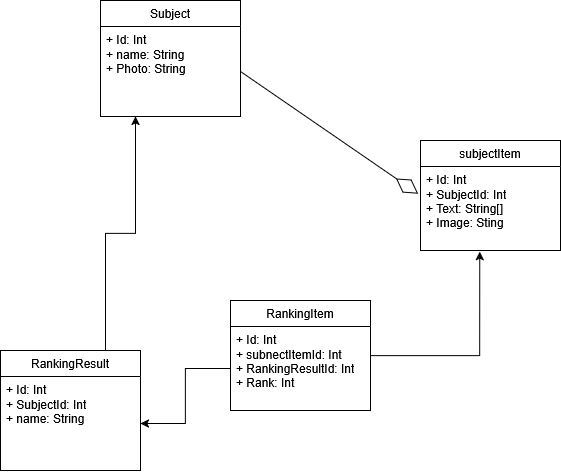
Above: Uml.drawio.png in kul-brugge-prog-techniques-2025-2026/RankingAppin4K (draw.io), before the change. Source tidied: cells renumbered, new cells last; positions are measured from the earlier drawing's top-left corner, leaving out a move shared by most shapes.
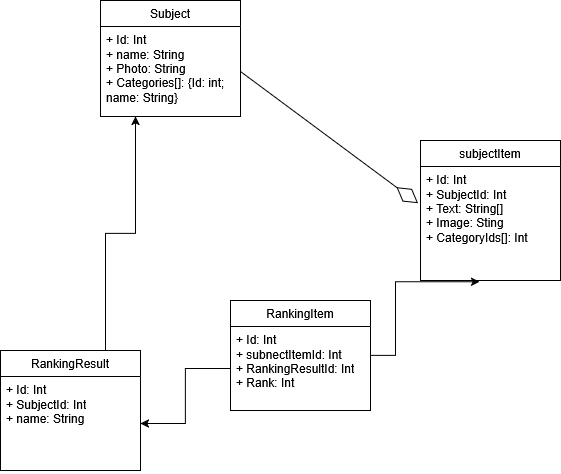
Later version of the same file.

Commit message:
Uml + Rename class business

What changed in the source:
```diff
@@ -5,14 +5,14 @@
     <mxCell id="2" value="Subject" style="swimlane;fontStyle=0;horizontal=1;startSize=26;fillColor=none;whiteSpace=wrap;html=1;" parent="1" vertex="1">
       <mxGeometry x="100" width="140" height="116" as="geometry" />
     </mxCell>
-    <mxCell id="3" value="&lt;div&gt;+ Id: Int&lt;/div&gt;&lt;div&gt;+ name: String&lt;/div&gt;&lt;div&gt;+ Photo: String&lt;/div&gt;" style="text;strokeColor=none;fillColor=none;align=left;verticalAlign=top;spacingLeft=4;spacingRight=4;overflow=hidden;points=[[0,0.5],[1,0.5]];portConstraint=eastwest;whiteSpace=wrap;html=1;" parent="2" vertex="1">
+    <mxCell id="3" value="&lt;div&gt;+ Id: Int&lt;/div&gt;&lt;div&gt;+ name: String&lt;/div&gt;&lt;div&gt;+ Photo: String&lt;/div&gt;&lt;div&gt;+ Categories[]: {Id: int; name: String}&lt;/div&gt;" style="text;strokeColor=none;fillColor=none;align=left;verticalAlign=top;spacingLeft=4;spacingRight=4;overflow=hidden;points=[[0,0.5],[1,0.5]];portConstraint=eastwest;whiteSpace=wrap;html=1;" parent="2" vertex="1">
       <mxGeometry y="26" width="140" height="90" as="geometry" />
     </mxCell>
     <mxCell id="4" value="subjectItem" style="swimlane;fontStyle=0;horizontal=1;startSize=26;fillColor=none;whiteSpace=wrap;html=1;" parent="1" vertex="1">
-      <mxGeometry x="420" y="140" width="140" height="110" as="geometry" />
+      <mxGeometry x="420" y="140" width="140" height="140" as="geometry" />
     </mxCell>
-    <mxCell id="5" value="&lt;div&gt;+ Id: Int&lt;/div&gt;&lt;div&gt;+ SubjectId: Int&lt;/div&gt;&lt;div&gt;+ Text: String[]&lt;/div&gt;&lt;div&gt;+ Image: Sting&lt;/div&gt;&lt;div&gt;&lt;br&gt;&lt;/div&gt;" style="text;strokeColor=none;fillColor=none;align=left;verticalAlign=top;spacingLeft=4;spacingRight=4;overflow=hidden;points=[[0,0.5],[1,0.5]];portConstraint=eastwest;whiteSpace=wrap;html=1;" parent="4" vertex="1">
-      <mxGeometry y="26" width="140" height="84" as="geometry" />
+    <mxCell id="5" value="&lt;div&gt;+ Id: Int&lt;/div&gt;&lt;div&gt;+ SubjectId: Int&lt;/div&gt;&lt;div&gt;+ Text: String[]&lt;/div&gt;&lt;div&gt;+ Image: Sting&lt;/div&gt;&lt;div&gt;+ CategoryIds[]: Int&lt;/div&gt;" style="text;strokeColor=none;fillColor=none;align=left;verticalAlign=top;spacingLeft=4;spacingRight=4;overflow=hidden;points=[[0,0.5],[1,0.5]];portConstraint=eastwest;whiteSpace=wrap;html=1;" parent="4" vertex="1">
+      <mxGeometry y="26" width="140" height="114" as="geometry" />
     </mxCell>
     <mxCell id="6" style="endArrow=diamondThin;endFill=0;endSize=24;html=1;rounded=0;exitX=1;exitY=0.5;exitDx=0;exitDy=0;entryX=-0.017;entryY=0.323;entryDx=0;entryDy=0;entryPerimeter=0;" parent="1" edge="1" source="3" target="5">
       <mxGeometry relative="1" as="geometry" />
```
